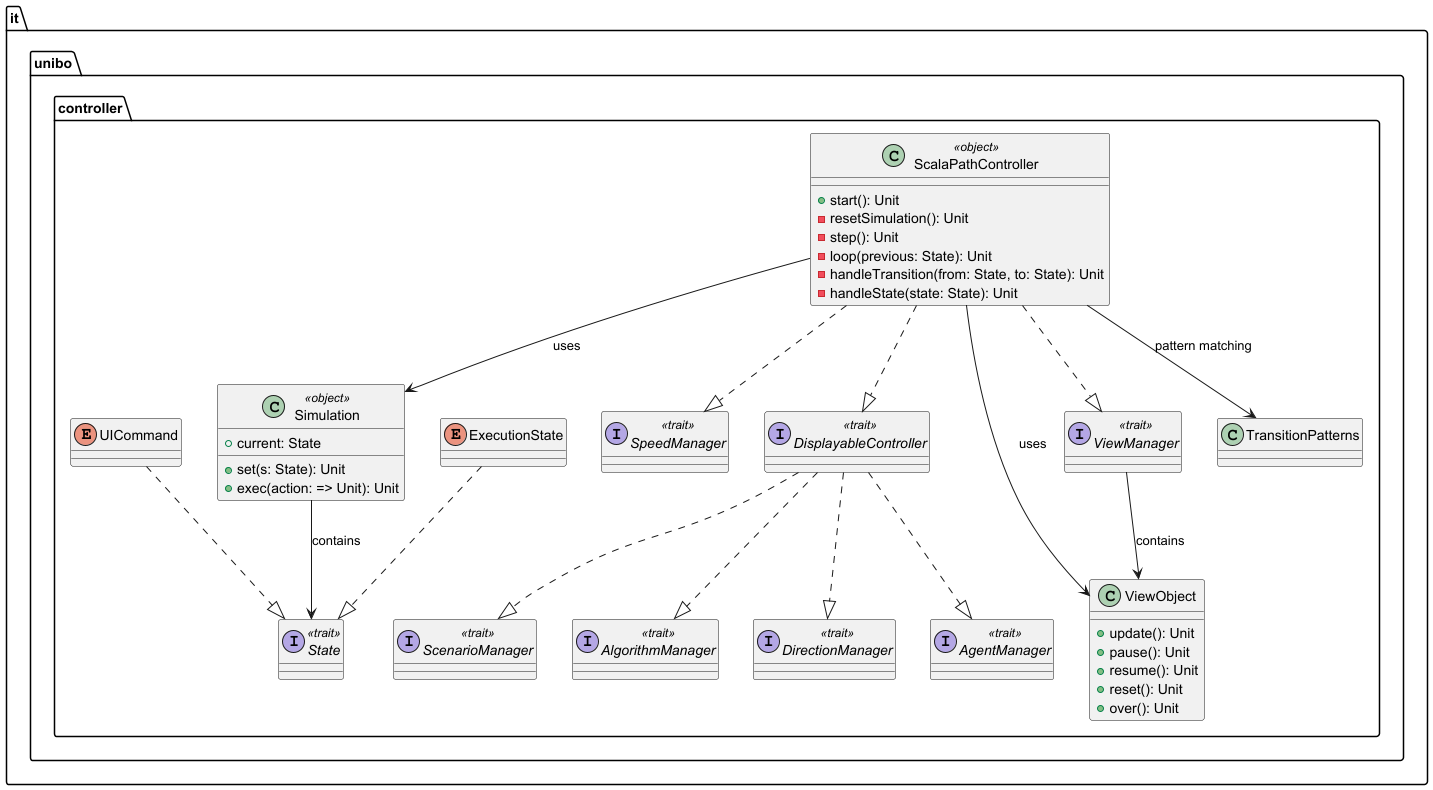
Before: resources/controller.png, a diagram exported from PlantUML (g-mainardi/PPS-24-scala-path).
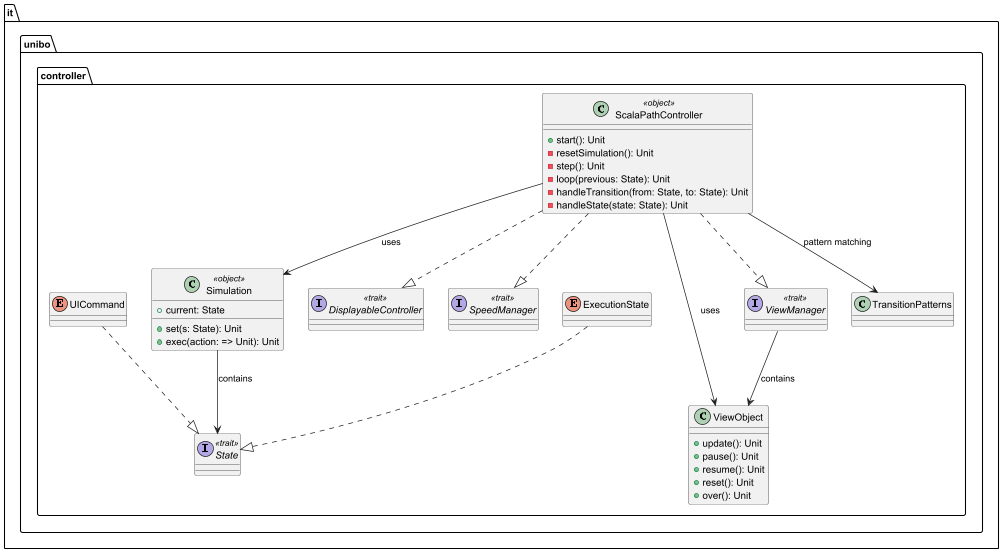
After the commit.

Commit message:
docs: removing displayable layers from controller UML

Change to the diagram source:
```diff
@@ -16,19 +16,8 @@
     interface SpeedManager <<trait>> {
     }
 
-    interface AgentManager <<trait>> {
-    }
 
     interface ViewManager <<trait>> {
-    }
-
-    interface ScenarioManager <<trait>> {
-    }
-
-    interface AlgorithmManager <<trait>> {
-    }
-
-    interface DirectionManager <<trait>> {
     }
 
     class Simulation <<object>> {
@@ -57,23 +46,21 @@
     class TransitionPatterns {
     }
 
-    ScalaPathController ..|> DisplayableController
-    ScalaPathController ..|> SpeedManager
-    ScalaPathController ..|> ViewManager
 
-    DisplayableController ..|> ScenarioManager
-    DisplayableController ..|> AlgorithmManager
-    DisplayableController ..|> DirectionManager
-    DisplayableController ..|> AgentManager
 
-    ScalaPathController --> Simulation : uses
     ExecutionState ..|> State
     UICommand ..|> State
+    ScalaPathController --> Simulation : uses
     Simulation --> State : contains
 
     ViewManager --> ViewObject : contains
     ScalaPathController --> ViewObject : uses
     ScalaPathController --> TransitionPatterns : pattern matching
+
+
+    ScalaPathController ..|> DisplayableController
+    ScalaPathController ..|> SpeedManager
+    ScalaPathController ..|> ViewManager
 }
 
 @enduml
```
